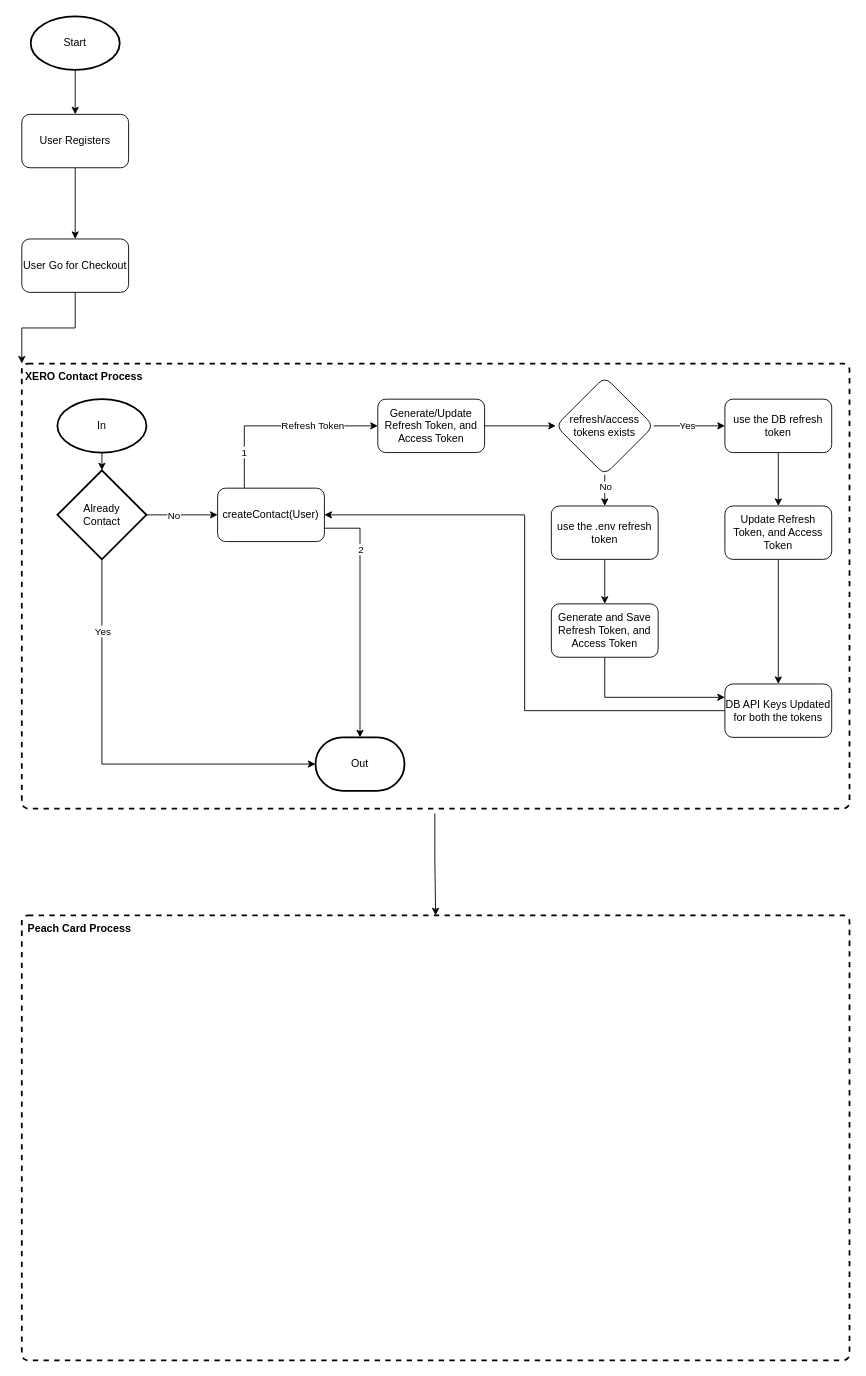
This is lockr-web-xero-api-flow.drawio from gulbitz/diagrams.net, a draw.io file, before an edit. Source tidied: cells renumbered, new cells numbered last; positions are measured from the earlier drawing's top-left corner, leaving out a move shared by most shapes. Both pictures are drawn from the tidied source at 89%, with x=0, y=0 at pixel (21, 16).
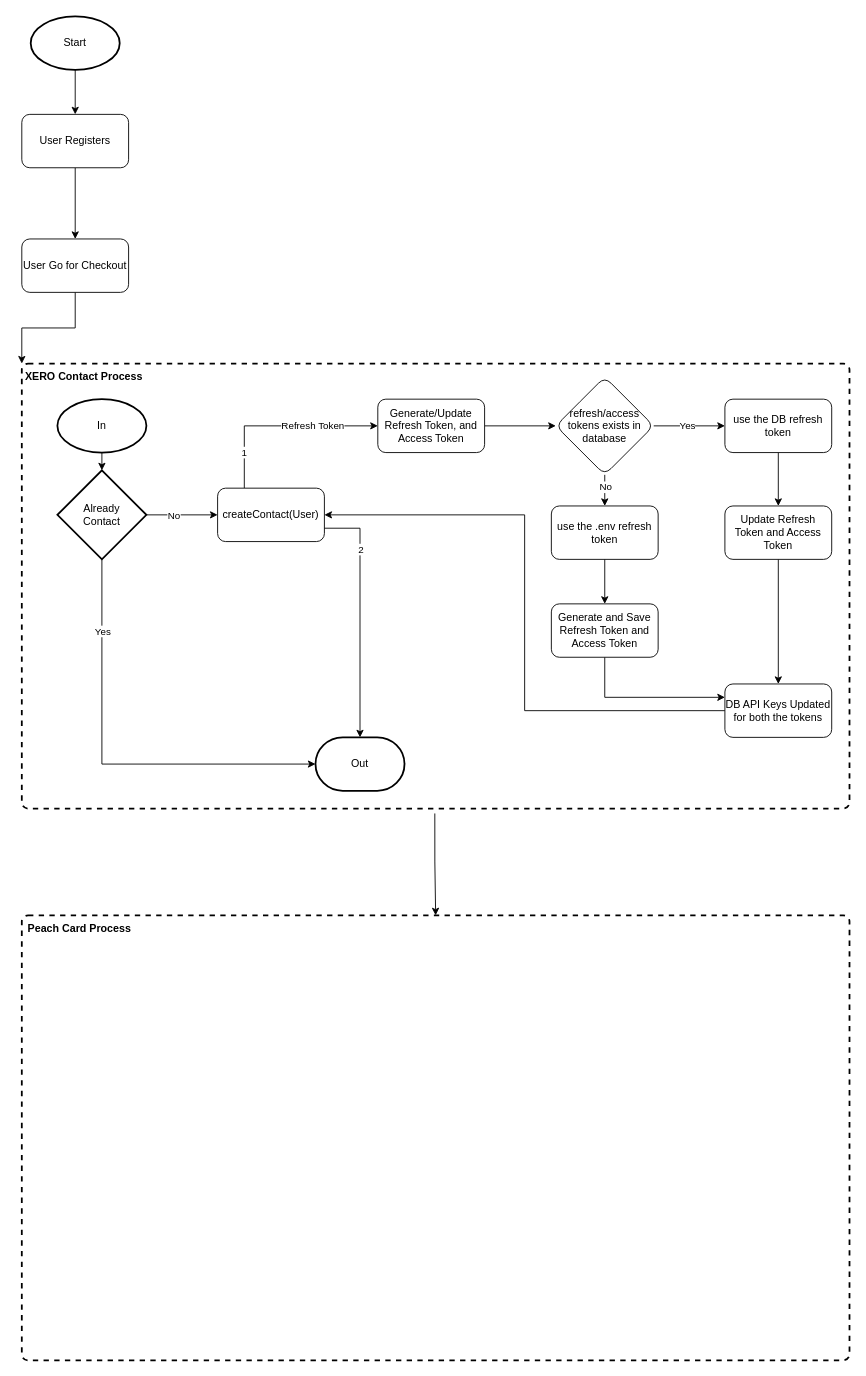
The same diagram, later.

Change to the diagram source:
```diff
@@
-    <mxCell id="34" value="refresh/access tokens exists" style="rhombus;whiteSpace=wrap;html=1;rounded=1;" parent="1" vertex="1">
+    <mxCell id="34" value="refresh/access tokens exists in database" style="rhombus;whiteSpace=wrap;html=1;rounded=1;" parent="1" vertex="1">
       <mxGeometry x="600" y="405" width="110" height="110" as="geometry" />
     </mxCell>
@@
-    <mxCell id="38" value="Generate and Save Refresh Token, and Access Token" style="rounded=1;whiteSpace=wrap;html=1;" parent="1" vertex="1">
+    <mxCell id="38" value="Generate and Save Refresh Token and Access Token" style="rounded=1;whiteSpace=wrap;html=1;" parent="1" vertex="1">
       <mxGeometry x="595" y="660" width="120" height="60" as="geometry" />
     </mxCell>
@@
-    <mxCell id="40" value="Update Refresh Token, and Access Token" style="rounded=1;whiteSpace=wrap;html=1;" parent="1" vertex="1">
+    <mxCell id="40" value="Update Refresh Token and Access Token" style="rounded=1;whiteSpace=wrap;html=1;" parent="1" vertex="1">
       <mxGeometry x="790" y="550" width="120" height="60" as="geometry" />
     </mxCell>
```
